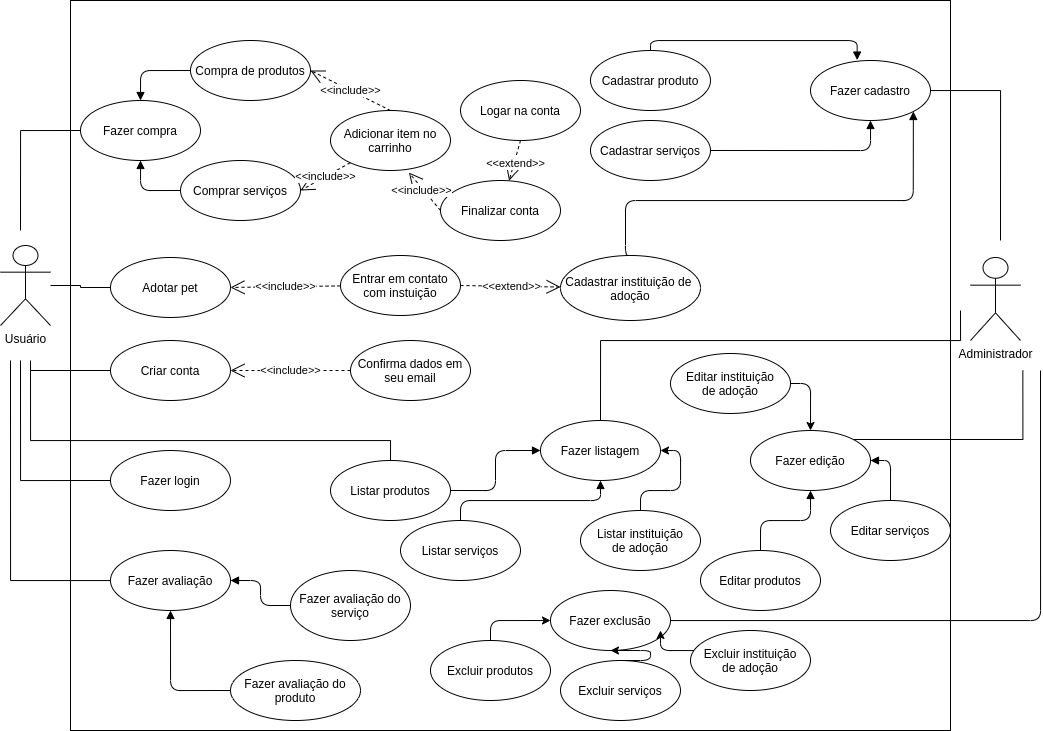
The draw.io diagram images/Use-case.png in Bruno-Felix/REQ-2020.2-PetSpace, before a commit. Source tidied: cells renumbered, new cells last; positions are measured from the earlier drawing's top-left corner, leaving out a move shared by most shapes.
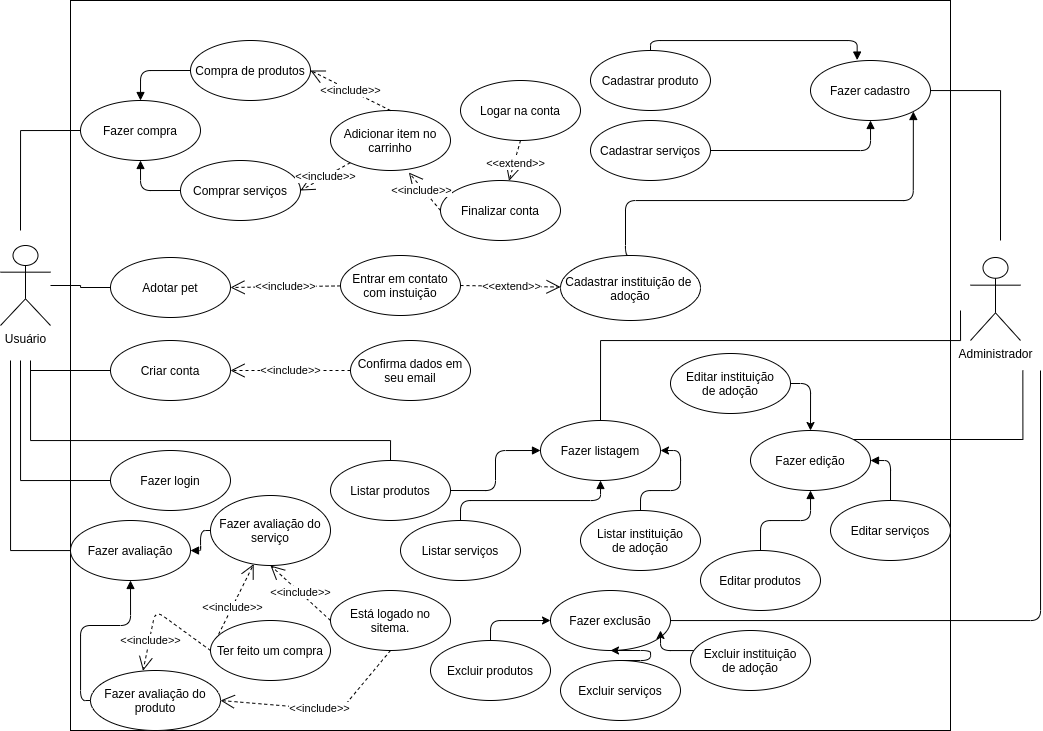
After the commit.

Commit message:
Adicionando diagrama de caso de uso

Change to the diagram source:
```diff
@@ -21,10 +21,10 @@
       <mxGeometry x="180" y="160" width="120" height="60" as="geometry" />
     </mxCell>
     <mxCell id="8" value="Fazer avaliação do serviço" style="ellipse;whiteSpace=wrap;html=1;" parent="1" vertex="1">
-      <mxGeometry x="290" y="570" width="120" height="70" as="geometry" />
+      <mxGeometry x="210" y="495" width="120" height="70" as="geometry" />
     </mxCell>
     <mxCell id="9" value="Fazer avaliação do produto" style="ellipse;whiteSpace=wrap;html=1;" parent="1" vertex="1">
-      <mxGeometry x="230" y="660" width="130" height="60" as="geometry" />
+      <mxGeometry x="90" y="670" width="130" height="60" as="geometry" />
     </mxCell>
     <mxCell id="10" style="edgeStyle=orthogonalEdgeStyle;rounded=0;jettySize=auto;html=1;endArrow=none;endFill=0;strokeColor=#000000;" parent="1" edge="1" source="11">
       <mxGeometry relative="1" as="geometry">
@@ -32,7 +32,7 @@
       </mxGeometry>
     </mxCell>
     <mxCell id="11" value="Fazer avaliação" style="ellipse;whiteSpace=wrap;html=1;" parent="1" vertex="1">
-      <mxGeometry x="110" y="550" width="120" height="60" as="geometry" />
+      <mxGeometry x="70" y="520" width="120" height="60" as="geometry" />
     </mxCell>
     <mxCell id="12" style="endArrow=block;endFill=1;html=1;edgeStyle=orthogonalEdgeStyle;align=left;verticalAlign=top;strokeColor=#000000;entryX=1;entryY=0.5;entryDx=0;entryDy=0;exitX=0;exitY=0.5;exitDx=0;exitDy=0;" parent="1" edge="1" source="8" target="11">
       <mxGeometry x="-1" relative="1" as="geometry" />
@@ -244,5 +244,31 @@
     <mxCell id="67" style="edgeStyle=orthogonalEdgeStyle;rounded=1;jettySize=auto;html=1;entryX=0.5;entryY=0;entryDx=0;entryDy=0;exitX=1;exitY=0.5;exitDx=0;exitDy=0;" parent="1" edge="1" source="66" target="41">
       <mxGeometry relative="1" as="geometry" />
     </mxCell>
+    <mxCell id="68" value="Está logado no sitema." style="ellipse;whiteSpace=wrap;html=1;" parent="1" vertex="1">
+      <mxGeometry x="330" y="590" width="120" height="60" as="geometry" />
+    </mxCell>
+    <mxCell id="69" value="&amp;lt;&amp;lt;include&amp;gt;&amp;gt;" style="endArrow=open;endSize=12;dashed=1;html=1;strokeColor=#000000;exitX=0;exitY=0.5;exitDx=0;exitDy=0;entryX=0.5;entryY=1;entryDx=0;entryDy=0;" parent="1" edge="1" source="68" target="8">
+      <mxGeometry relative="1" as="geometry" />
+    </mxCell>
+    <mxCell id="70" value="&amp;lt;&amp;lt;include&amp;gt;&amp;gt;" style="endArrow=open;endSize=12;dashed=1;html=1;strokeColor=#000000;exitX=0;exitY=0.5;exitDx=0;exitDy=0;" parent="1" edge="1" source="71" target="8">
+      <mxGeometry relative="1" as="geometry" />
+    </mxCell>
+    <mxCell id="71" value="Ter feito um compra" style="ellipse;whiteSpace=wrap;html=1;" parent="1" vertex="1">
+      <mxGeometry x="210" y="620" width="120" height="60" as="geometry" />
+    </mxCell>
+    <mxCell id="72" value="&amp;lt;&amp;lt;include&amp;gt;&amp;gt;" style="endArrow=open;endSize=12;dashed=1;html=1;strokeColor=#000000;exitX=0.5;exitY=1;exitDx=0;exitDy=0;entryX=1;entryY=0.5;entryDx=0;entryDy=0;" parent="1" edge="1" source="68" target="9">
+      <mxGeometry relative="1" as="geometry">
+        <Array as="points">
+          <mxPoint x="340" y="710" />
+        </Array>
+      </mxGeometry>
+    </mxCell>
+    <mxCell id="73" value="&amp;lt;&amp;lt;include&amp;gt;&amp;gt;" style="endArrow=open;endSize=12;dashed=1;html=1;strokeColor=#000000;exitX=0;exitY=0.5;exitDx=0;exitDy=0;entryX=0.404;entryY=0.005;entryDx=0;entryDy=0;entryPerimeter=0;" parent="1" edge="1" source="71" target="9">
+      <mxGeometry x="0.52" y="1" relative="1" as="geometry">
+        <Array as="points">
+          <mxPoint x="155" y="610" />
+        </Array>
+      </mxGeometry>
+    </mxCell>
   </root>
 </mxGraphModel>
```
